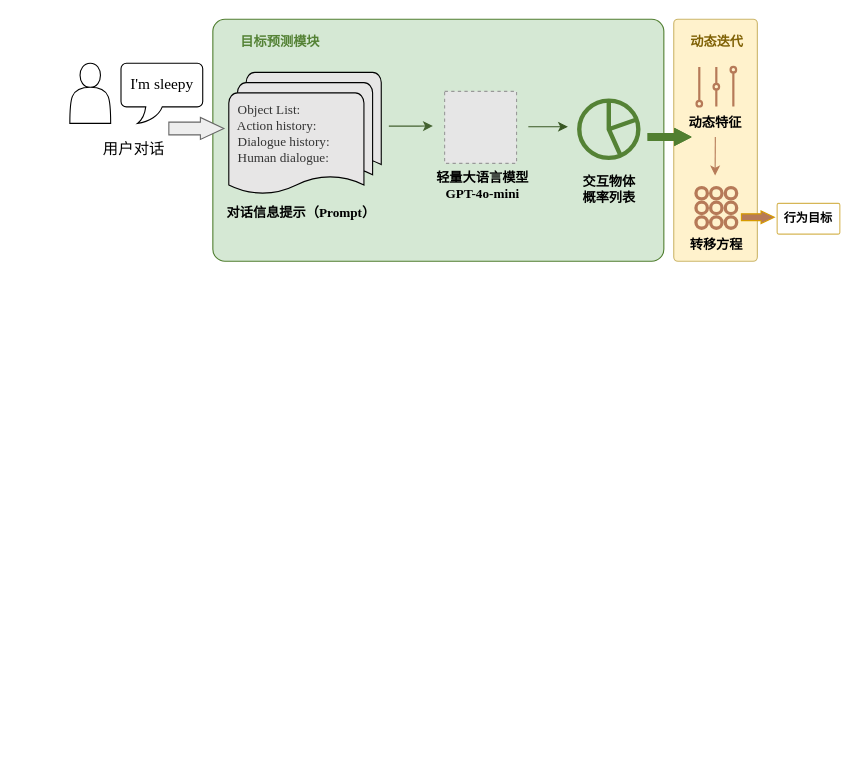
This is 去掉高级推理模块.drawio from Rinco1018/project_test, a draw.io file, before an edit. Source tidied: cells renumbered, new cells numbered last; positions are measured from the earlier drawing's top-left corner, leaving out a move shared by most shapes. Both pictures are drawn from the tidied source at 110%, with x=0, y=0 at pixel (19, 19). Pictures stored in the file or linked from it are replaced by grey dashed boxes.
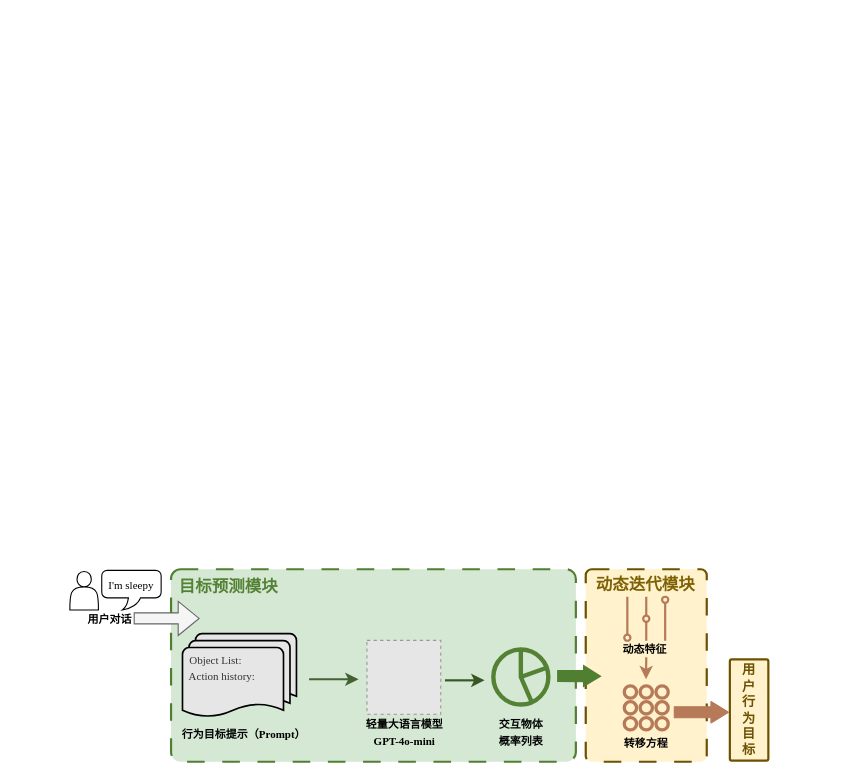
The same page after the edit.

Commit message:
更新去掉高级推理模块.drawio

What changed in the source:
```diff
@@
-    <mxCell id="2" style="rounded=1;arcSize=5;whiteSpace=wrap;html=1;fillColor=#fff2cc;strokeColor=light-dark(#ccb66b, #6d5100);" parent="1" vertex="1">
-      <mxGeometry x="595" width="76" height="220" as="geometry" />
-    </mxCell>
-    <mxCell id="3" style="rounded=1;arcSize=5;whiteSpace=wrap;html=1;fillColor=#d5e8d4;strokeColor=light-dark(#517f31, #446e2c);" parent="1" vertex="1">
-      <mxGeometry x="176" width="410" height="220" as="geometry" />
-    </mxCell>
-    <mxCell id="4" style="group;" parent="1" vertex="1">
-      <mxGeometry x="46" y="40" width="130" height="91.2" as="geometry" />
-    </mxCell>
-    <mxCell id="5" style="group;" parent="4" vertex="1">
-      <mxGeometry x="-46.4" width="176.4" height="80.2" as="geometry" />
-    </mxCell>
-    <mxCell id="6" style="shape=actor;whiteSpace=wrap;html=1;" parent="5" vertex="1">
-      <mxGeometry x="46.4" width="37.1" height="54.7" as="geometry" />
-    </mxCell>
+    <mxCell id="33" style="rounded=1;arcSize=5;whiteSpace=wrap;html=1;fillColor=#fff2cc;strokeColor=light-dark(#6D5100,#000000);strokeWidth=2;dashed=1;dashPattern=8 8;" parent="1" vertex="1">
+      <mxGeometry x="515" y="500" width="110" height="175" as="geometry" />
+    </mxCell>
+    <mxCell id="34" style="rounded=1;arcSize=5;whiteSpace=wrap;html=1;fillColor=#d5e8d4;strokeColor=light-dark(#517f31, #446e2c);strokeWidth=2;dashed=1;dashPattern=8 8;" parent="1" vertex="1">
+      <mxGeometry x="138" y="500" width="368" height="175" as="geometry" />
+    </mxCell>
+    <mxCell id="35" style="group;strokeWidth=24;" parent="1" vertex="1">
+      <mxGeometry x="152" y="553.2" width="117" height="109.7" as="geometry" />
+    </mxCell>
+    <mxCell id="36" style="text;html=1;align=center;verticalAlign=middle;strokeColor=none;fillColor=none;fontStyle=4;" parent="35" vertex="1">
+      <mxGeometry x="32.4" y="71" width="20" height="30" as="geometry" />
+    </mxCell>
+    <mxCell id="37" value="&lt;b&gt;&lt;font style=&quot;font-size: 10px;&quot; face=&quot;Times New Roman&quot;&gt;行为目标提示（Prompt）&lt;/font&gt;&lt;/b&gt;" style="text;html=1;align=center;verticalAlign=middle;strokeColor=none;fillColor=none;" parent="35" vertex="1">
+      <mxGeometry x="-14" y="83.7" width="131" height="26" as="geometry" />
+    </mxCell>
+    <mxCell id="38" value="&lt;div style=&quot;color: rgb(51, 51, 51);&quot;&gt;&lt;span style=&quot;background-color: transparent; color: light-dark(rgb(51, 51, 51), rgb(193, 193, 193));&quot;&gt;&lt;font style=&quot;font-size: 10px;&quot; face=&quot;Times New Roman&quot;&gt;&amp;nbsp; Object List:&lt;/font&gt;&lt;/span&gt;&lt;/div&gt;&lt;div style=&quot;color: rgb(51, 51, 51);&quot;&gt;&lt;font style=&quot;font-size: 10px;&quot; face=&quot;Times New Roman&quot;&gt;&amp;nbsp; Action history:&lt;/font&gt;&lt;/div&gt;&lt;div style=&quot;color: rgb(51, 51, 51);&quot;&gt;&lt;font style=&quot;font-size: 10px;&quot; face=&quot;Times New Roman&quot;&gt;&amp;nbsp;&amp;nbsp;&lt;/font&gt;&lt;/div&gt;" style="strokeWidth=1.5;html=1;shape=mxgraph.flowchart.multi-document;whiteSpace=wrap;align=left;fillColor=light-dark(#e7e6e6, #ededed);" parent="35" vertex="1">
+      <mxGeometry x="-3.6" y="5.3" width="103.6" height="76.4" as="geometry" />
+    </mxCell>
+    <mxCell id="13" value="&lt;font face=&quot;Times New Roman&quot;&gt;&lt;span style=&quot;font-size: 15px;&quot;&gt;目标预测模块&lt;/span&gt;&lt;/font&gt;" style="text;html=1;align=center;verticalAlign=middle;strokeColor=none;fillColor=none;fontColor=light-dark(#548235, #69c195);fontStyle=1;" parent="1" vertex="1">
+      <mxGeometry x="136" y="500" width="108" height="30" as="geometry" />
+    </mxCell>
+    <mxCell id="39" style="group;" parent="1" vertex="1">
+      <mxGeometry x="406" y="573" width="100" height="93" as="geometry" />
+    </mxCell>
+    <mxCell id="40" style="html=1;verticalLabelPosition=bottom;align=center;labelBackgroundColor=#ffffff;verticalAlign=top;strokeWidth=4;strokeColor=light-dark(#548235, #32a0ff);shadow=0;dashed=0;shape=mxgraph.ios7.icons.pie_chart;fillColor=light-dark(#d5e8d4, #ededed);fontStyle=0;" parent="39" vertex="1">
+      <mxGeometry x="25" width="50" height="50" as="geometry" />
+    </mxCell>
+    <mxCell id="22" value="&lt;b&gt;&lt;font style=&quot;font-size: 10px;&quot; face=&quot;Times New Roman&quot;&gt;交互物体&lt;/font&gt;&lt;/b&gt;&lt;div&gt;&lt;b&gt;&lt;font style=&quot;font-size: 10px;&quot; face=&quot;Times New Roman&quot;&gt;概率列表&lt;/font&gt;&lt;/b&gt;&lt;/div&gt;" style="text;html=1;align=center;verticalAlign=middle;strokeColor=none;fillColor=none;fontStyle=0;" parent="39" vertex="1">
+      <mxGeometry x="21" y="54.5" width="58" height="41" as="geometry" />
+    </mxCell>
+    <mxCell id="41" style="html=1;verticalLabelPosition=bottom;align=center;labelBackgroundColor=#ffffff;verticalAlign=top;strokeWidth=3;strokeColor=light-dark(#b67a58, #32a0ff);shadow=0;dashed=0;shape=mxgraph.ios7.icons.keypad;fillColor=none;" parent="1" vertex="1">
+      <mxGeometry x="550" y="606" width="40" height="40" as="geometry" />
+    </mxCell>
+    <mxCell id="42" value="&lt;font style=&quot;color: light-dark(rgb(109, 81, 0), rgb(237, 237, 237));&quot;&gt;&lt;b style=&quot;&quot;&gt;用&lt;/b&gt;&lt;/font&gt;&lt;div&gt;&lt;font style=&quot;color: light-dark(rgb(109, 81, 0), rgb(237, 237, 237));&quot;&gt;&lt;b&gt;户&lt;/b&gt;&lt;/font&gt;&lt;/div&gt;&lt;div&gt;&lt;font style=&quot;color: light-dark(rgb(109, 81, 0), rgb(237, 237, 237));&quot;&gt;&lt;b&gt;行&lt;/b&gt;&lt;/font&gt;&lt;/div&gt;&lt;div&gt;&lt;font style=&quot;color: light-dark(rgb(109, 81, 0), rgb(237, 237, 237));&quot;&gt;&lt;b&gt;为&lt;/b&gt;&lt;/font&gt;&lt;/div&gt;&lt;div&gt;&lt;font style=&quot;color: light-dark(rgb(109, 81, 0), rgb(237, 237, 237));&quot;&gt;&lt;b&gt;目&lt;/b&gt;&lt;/font&gt;&lt;/div&gt;&lt;div&gt;&lt;font style=&quot;color: light-dark(rgb(109, 81, 0), rgb(237, 237, 237));&quot;&gt;&lt;b style=&quot;&quot;&gt;标&lt;/b&gt;&lt;/font&gt;&lt;/div&gt;" style="rounded=1;arcSize=5;whiteSpace=wrap;html=1;fillColor=#fff2cc;strokeColor=light-dark(#6D5100,#000000);strokeWidth=2;align=center;verticalAlign=middle;fontFamily=Helvetica;fontSize=12;fontColor=default;" parent="1" vertex="1">
+      <mxGeometry x="646" y="582" width="35" height="92" as="geometry" />
+    </mxCell>
+    <mxCell id="26" value="&lt;b&gt;&lt;font style=&quot;font-size: 10px;&quot;&gt;转移方程&lt;/font&gt;&lt;/b&gt;" style="text;html=1;align=center;verticalAlign=middle;whiteSpace=wrap;rounded=0;" parent="1" vertex="1">
+      <mxGeometry x="540" y="643" width="60" height="30" as="geometry" />
+    </mxCell>
+    <mxCell id="43" style="shape=flexArrow;endArrow=classic;html=1;rounded=0;fillColor=light-dark(#517f31, #2566a8);strokeColor=light-dark(#517f31, #ededed);endWidth=8.045977011494253;endSize=4.83448275862069;" parent="1" edge="1">
+      <mxGeometry relative="1" as="geometry">
+        <mxPoint x="489" y="597" as="sourcePoint" />
+        <mxPoint x="529" y="597.2" as="targetPoint" />
+        <Array as="points">
+          <mxPoint x="489" y="597.2" />
+        </Array>
+      </mxGeometry>
+    </mxCell>
+    <mxCell id="44" value="&lt;font face=&quot;Times New Roman&quot;&gt;&lt;span style=&quot;font-size: 15px;&quot;&gt;动态迭代模块&lt;/span&gt;&lt;/font&gt;" style="text;html=1;align=center;verticalAlign=middle;strokeColor=none;fillColor=none;fontColor=light-dark(#7f6105, #69c195);fontStyle=1;" parent="1" vertex="1">
+      <mxGeometry x="514.1" y="498" width="110" height="30" as="geometry" />
+    </mxCell>
+    <mxCell id="45" style="html=1;verticalLabelPosition=bottom;align=center;labelBackgroundColor=#ffffff;verticalAlign=top;strokeWidth=2;strokeColor=light-dark(#b67a58, #32a0ff);shadow=0;dashed=0;shape=mxgraph.ios7.icons.volume;fillColor=light-dark(#fff2cc, #ededed);" parent="1" vertex="1">
+      <mxGeometry x="550" y="525" width="40" height="40" as="geometry" />
+    </mxCell>
+    <mxCell id="46" style="group;" parent="1" vertex="1">
+      <mxGeometry x="306.1" y="547.3" width="108.9" height="121.4" as="geometry" />
+    </mxCell>
+    <mxCell id="47" style="group;" parent="46" vertex="1">
+      <mxGeometry width="108.9" height="121.4" as="geometry" />
+    </mxCell>
+    <mxCell id="48" style="group;fontStyle=0;strokeWidth=2;" parent="47" vertex="1">
+      <mxGeometry width="108.9" height="121.4" as="geometry" />
+    </mxCell>
+    <mxCell id="17" value="&lt;b&gt;&lt;font style=&quot;font-size: 10px;&quot; face=&quot;Times New Roman&quot;&gt;轻量大语言模型&lt;/font&gt;&lt;/b&gt;&lt;div&gt;&lt;b&gt;&lt;font style=&quot;font-size: 10px;&quot; face=&quot;Times New Roman&quot;&gt;GPT-4o-mini&lt;/font&gt;&lt;/b&gt;&lt;/div&gt;" style="text;html=1;align=center;verticalAlign=middle;strokeColor=none;fillColor=none;" parent="48" vertex="1">
+      <mxGeometry x="-0.6" y="80.4" width="88" height="41" as="geometry" />
+    </mxCell>
+    <mxCell id="49" style="edgeStyle=orthogonalEdgeStyle;rounded=1;orthogonalLoop=1;jettySize=auto;html=1;fillColor=#1ba1e2;strokeColor=light-dark(#385723, #28ab6a);curved=0;strokeWidth=2;" parent="48" edge="1">
+      <mxGeometry relative="1" as="geometry">
+        <mxPoint x="80.9" y="53.7" as="sourcePoint" />
+        <mxPoint x="116.9" y="53.7" as="targetPoint" />
+        <Array as="points">
+          <mxPoint x="117.3" y="53.9" />
+          <mxPoint x="117.3" y="53.9" />
+        </Array>
+      </mxGeometry>
+    </mxCell>
+    <mxCell id="50" style="fillColor=#E6E6E6;strokeColor=#999999;dashed=1;html=1;verticalAlign=top;verticalLabelPosition=bottom;labelBackgroundColor=#ffffff;" parent="46" vertex="1">
+      <mxGeometry x="10" y="17.4" width="67.1" height="67.1" as="geometry" />
+    </mxCell>
+    <mxCell id="51" style="edgeStyle=orthogonalEdgeStyle;rounded=1;orthogonalLoop=1;jettySize=auto;html=1;fillColor=#1ba1e2;strokeColor=light-dark(#446230, #28ab6a);curved=0;strokeWidth=2;" parent="1" edge="1">
+      <mxGeometry relative="1" as="geometry">
+        <mxPoint x="263.5" y="600" as="sourcePoint" />
+        <mxPoint x="308.5" y="600" as="targetPoint" />
+      </mxGeometry>
+    </mxCell>
+    <mxCell id="29" value="&lt;b&gt;&lt;font style=&quot;font-size: 10px;&quot;&gt;动态特征&lt;/font&gt;&lt;/b&gt;" style="text;html=1;align=center;verticalAlign=middle;whiteSpace=wrap;rounded=0;" parent="1" vertex="1">
+      <mxGeometry x="539.1" y="558" width="60" height="30" as="geometry" />
+    </mxCell>
+    <mxCell id="52" style="edgeStyle=orthogonalEdgeStyle;rounded=1;orthogonalLoop=1;jettySize=auto;html=1;fillColor=#1ba1e2;strokeColor=light-dark(#b67b58, #28ab6a);curved=0;horizontal=1;strokeWidth=2;" parent="1" edge="1">
+      <mxGeometry relative="1" as="geometry">
+        <mxPoint x="570" y="580" as="sourcePoint" />
+        <mxPoint x="569.8" y="600" as="targetPoint" />
+      </mxGeometry>
+    </mxCell>
+    <mxCell id="53" style="shape=flexArrow;endArrow=classic;html=1;rounded=0;fillColor=light-dark(#b67a58, #36210a);strokeColor=light-dark(#b67a58, #996500);endWidth=8.045977011494253;endSize=4.83448275862069;" parent="1" edge="1">
+      <mxGeometry relative="1" as="geometry">
+        <mxPoint x="595" y="630" as="sourcePoint" />
+        <mxPoint x="645" y="630" as="targetPoint" />
+        <Array as="points">
+          <mxPoint x="605" y="630" />
+        </Array>
+      </mxGeometry>
+    </mxCell>
+    <mxCell id="54" style="shape=actor;whiteSpace=wrap;html=1;strokeWidth=1;" parent="1" vertex="1">
+      <mxGeometry x="46" y="502" width="26" height="35" as="geometry" />
+    </mxCell>
-    <mxCell id="7" value="&lt;font face=&quot;Times New Roman&quot; style=&quot;font-size: 14px;&quot;&gt;I'm sleepy&lt;/font&gt;" style="whiteSpace=wrap;html=1;shape=mxgraph.basic.roundRectCallout;dx=30;dy=15;size=5;boundedLbl=1;" parent="5" vertex="1">
-      <mxGeometry x="92.9" width="74.3" height="54.7" as="geometry" />
+    <mxCell id="7" value="&lt;font style=&quot;font-size: 10px;&quot; face=&quot;Times New Roman&quot;&gt;I'm sleepy&lt;/font&gt;" style="whiteSpace=wrap;html=1;shape=mxgraph.basic.roundRectCallout;dx=29.74;dy=11;size=5;boundedLbl=1;strokeWidth=1;" parent="1" vertex="1">
+      <mxGeometry x="75" y="501" width="54" height="36" as="geometry" />
     </mxCell>
-    <mxCell id="8" value="&lt;font face=&quot;Times New Roman&quot; style=&quot;font-size: 14px;&quot;&gt;用户对话&lt;/font&gt;" style="text;html=1;align=center;verticalAlign=middle;strokeColor=none;fillColor=none;" parent="4" vertex="1">
-      <mxGeometry x="21.4" y="64.7" width="74" height="29" as="geometry" />
+    <mxCell id="8" value="&lt;font style=&quot;font-size: 10px;&quot;&gt;&lt;b&gt;用户对话&lt;/b&gt;&lt;/font&gt;" style="text;html=1;align=center;verticalAlign=middle;strokeColor=none;fillColor=none;" parent="1" vertex="1">
+      <mxGeometry x="53" y="532" width="58" height="26" as="geometry" />
     </mxCell>
-    <mxCell id="9" style="group;strokeWidth=24;" parent="1" vertex="1">
-      <mxGeometry x="196" y="60" width="140" height="135.4" as="geometry" />
-    </mxCell>
-    <mxCell id="10" style="text;html=1;align=center;verticalAlign=middle;strokeColor=none;fillColor=none;fontStyle=4;" parent="9" vertex="1">
-      <mxGeometry x="49.9" y="100.5" width="20" height="30" as="geometry" />
-    </mxCell>
-    <mxCell id="11" value="&lt;b&gt;&lt;font face=&quot;Times New Roman&quot;&gt;对话信息提示（Prompt）&lt;/font&gt;&lt;/b&gt;" style="text;html=1;align=center;verticalAlign=middle;strokeColor=none;fillColor=none;" parent="9" vertex="1">
-      <mxGeometry x="-20.1" y="100.5" width="160" height="30" as="geometry" />
-    </mxCell>
-    <mxCell id="12" value="&lt;div style=&quot;color: rgb(51, 51, 51);&quot;&gt;&lt;span style=&quot;background-color: transparent; color: light-dark(rgb(51, 51, 51), rgb(193, 193, 193));&quot;&gt;&lt;font face=&quot;Times New Roman&quot;&gt;&amp;nbsp; Object List:&lt;/font&gt;&lt;/span&gt;&lt;/div&gt;&lt;div style=&quot;color: rgb(51, 51, 51);&quot;&gt;&lt;font face=&quot;Times New Roman&quot;&gt;&amp;nbsp; Action history:&lt;/font&gt;&lt;/div&gt;&lt;div style=&quot;color: rgb(51, 51, 51);&quot;&gt;&lt;font face=&quot;Times New Roman&quot;&gt;&amp;nbsp; Dialogue history:&lt;/font&gt;&lt;/div&gt;&lt;div style=&quot;color: rgb(51, 51, 51);&quot;&gt;&lt;font face=&quot;Times New Roman&quot;&gt;&amp;nbsp; Human dialogue:&lt;/font&gt;&lt;/div&gt;" style="strokeWidth=1;html=1;shape=mxgraph.flowchart.multi-document;whiteSpace=wrap;align=left;fillColor=light-dark(#e7e6e6, #ededed);" parent="9" vertex="1">
-      <mxGeometry x="-5.5" y="-11.7" width="138.6" height="112.2" as="geometry" />
-    </mxCell>
-    <mxCell id="13" value="&lt;font style=&quot;font-size: 12px;&quot; face=&quot;Times New Roman&quot;&gt;目标预测模块&lt;/font&gt;" style="text;html=1;align=center;verticalAlign=middle;strokeColor=none;fillColor=none;fontColor=light-dark(#548235, #69c195);fontStyle=1;fontSize=11;" parent="1" vertex="1">
-      <mxGeometry x="187" y="6" width="100" height="30" as="geometry" />
-    </mxCell>
-    <mxCell id="14" style="edgeStyle=orthogonalEdgeStyle;rounded=1;orthogonalLoop=1;jettySize=auto;html=1;fillColor=#1ba1e2;strokeColor=light-dark(#446230, #28ab6a);curved=0;" parent="1" edge="1">
-      <mxGeometry relative="1" as="geometry">
-        <mxPoint x="336" y="97.2" as="sourcePoint" />
-        <mxPoint x="376" y="97" as="targetPoint" />
-        <Array as="points">
-          <mxPoint x="357" y="97" />
-        </Array>
-      </mxGeometry>
-    </mxCell>
-    <mxCell id="15" style="group;" parent="1" vertex="1">
-      <mxGeometry x="376" y="50.6" width="99.9" height="110.4" as="geometry" />
-    </mxCell>
-    <mxCell id="16" style="group;fontStyle=0;strokeWidth=2;" parent="15" vertex="1">
-      <mxGeometry width="99.9" height="110.4" as="geometry" />
-    </mxCell>
-    <mxCell id="17" value="&lt;font face=&quot;Times New Roman&quot;&gt;&lt;b&gt;轻量大语言模型&lt;/b&gt;&lt;/font&gt;&lt;br&gt;&lt;div&gt;&lt;b&gt;&lt;font face=&quot;Times New Roman&quot;&gt;GPT-4o-mini&lt;/font&gt;&lt;/b&gt;&lt;/div&gt;" style="text;html=1;align=center;verticalAlign=middle;strokeColor=none;fillColor=none;" parent="16" vertex="1">
-      <mxGeometry x="-10.1" y="80.4" width="110" height="40" as="geometry" />
-    </mxCell>
-    <mxCell id="18" style="edgeStyle=orthogonalEdgeStyle;rounded=1;orthogonalLoop=1;jettySize=auto;html=1;fillColor=#1ba1e2;strokeColor=light-dark(#385723, #28ab6a);curved=0;" parent="1" edge="1">
-      <mxGeometry relative="1" as="geometry">
-        <mxPoint x="462.8" y="97.7" as="sourcePoint" />
-        <mxPoint x="498.8" y="97.7" as="targetPoint" />
-        <Array as="points">
-          <mxPoint x="499.1" y="97.9" />
-          <mxPoint x="499.1" y="97.9" />
-        </Array>
-      </mxGeometry>
-    </mxCell>
-    <mxCell id="19" style="fillColor=#E6E6E6;strokeColor=#999999;dashed=1;html=1;verticalAlign=top;verticalLabelPosition=bottom;labelBackgroundColor=#ffffff;" parent="1" vertex="1">
-      <mxGeometry x="386.7" y="65.6" width="65.4" height="65.4" as="geometry" />
-    </mxCell>
-    <mxCell id="20" style="group;" parent="1" vertex="1">
-      <mxGeometry x="486" y="74" width="115" height="87" as="geometry" />
-    </mxCell>
-    <mxCell id="21" style="html=1;verticalLabelPosition=bottom;align=center;labelBackgroundColor=#ffffff;verticalAlign=top;strokeWidth=4;strokeColor=light-dark(#548235, #32a0ff);shadow=0;dashed=0;shape=mxgraph.ios7.icons.pie_chart;fillColor=light-dark(#d5e8d4, #ededed);fontStyle=0;" parent="20" vertex="1">
-      <mxGeometry x="23.1" width="53.7" height="52" as="geometry" />
-    </mxCell>
-    <mxCell id="22" value="&lt;font face=&quot;Times New Roman&quot;&gt;&lt;b&gt;交互物体&lt;/b&gt;&lt;/font&gt;&lt;div&gt;&lt;font face=&quot;Times New Roman&quot;&gt;&lt;b&gt;概率列表&lt;/b&gt;&lt;/font&gt;&lt;/div&gt;" style="text;html=1;align=center;verticalAlign=middle;strokeColor=none;fillColor=none;fontStyle=0;" parent="20" vertex="1">
-      <mxGeometry x="15" y="61.1" width="70" height="40" as="geometry" />
-    </mxCell>
-    <mxCell id="23" style="shape=flexArrow;endArrow=classic;html=1;rounded=0;fillColor=light-dark(#517f31, #2566a8);strokeColor=light-dark(#517f31, #ededed);endWidth=8.045977011494253;endSize=4.570666666666667;width=6.133333333333334;" parent="20" edge="1">
-      <mxGeometry relative="1" as="geometry">
-        <mxPoint x="85" y="33" as="sourcePoint" />
-        <mxPoint x="125" y="33" as="targetPoint" />
-        <Array as="points">
-          <mxPoint x="90" y="33" />
-        </Array>
-      </mxGeometry>
-    </mxCell>
-    <mxCell id="24" style="shape=singleArrow;whiteSpace=wrap;html=1;fillColor=light-dark(#eeeeee, #1a1a1a);strokeColor=#666666;gradientColor=none;arrowWidth=0.5809999999999832;arrowSize=0.42666666666666686;" parent="1" vertex="1">
-      <mxGeometry x="136" y="89.3" width="50" height="20" as="geometry" />
-    </mxCell>
-    <mxCell id="25" style="html=1;verticalLabelPosition=bottom;align=center;labelBackgroundColor=#ffffff;verticalAlign=top;strokeWidth=3;strokeColor=light-dark(#b67a58, #32a0ff);shadow=0;dashed=0;shape=mxgraph.ios7.icons.keypad;fillColor=none;" parent="1" vertex="1">
-      <mxGeometry x="615.2" y="153" width="37" height="37" as="geometry" />
-    </mxCell>
-    <mxCell id="26" value="&lt;b&gt;转移方程&lt;/b&gt;" style="text;html=1;align=center;verticalAlign=middle;whiteSpace=wrap;rounded=0;" parent="1" vertex="1">
-      <mxGeometry x="603.7" y="190" width="60" height="30" as="geometry" />
-    </mxCell>
-    <mxCell id="27" value="&lt;font face=&quot;Times New Roman&quot;&gt;&lt;span&gt;动态迭代&lt;/span&gt;&lt;/font&gt;" style="text;html=1;align=center;verticalAlign=middle;strokeColor=none;fillColor=none;fontColor=light-dark(#7f6105, #69c195);fontStyle=1;fontSize=12;" parent="1" vertex="1">
-      <mxGeometry x="599" y="6" width="70" height="30" as="geometry" />
-    </mxCell>
-    <mxCell id="28" style="html=1;verticalLabelPosition=bottom;align=center;labelBackgroundColor=#ffffff;verticalAlign=top;strokeWidth=2;strokeColor=light-dark(#b67a58, #32a0ff);shadow=0;dashed=0;shape=mxgraph.ios7.icons.volume;fillColor=light-dark(#fff2cc, #ededed);" parent="1" vertex="1">
-      <mxGeometry x="615.7" y="43.3" width="36" height="36" as="geometry" />
-    </mxCell>
-    <mxCell id="29" value="&lt;b&gt;动态特征&lt;/b&gt;" style="text;html=1;align=center;verticalAlign=middle;whiteSpace=wrap;rounded=0;" parent="1" vertex="1">
-      <mxGeometry x="602.9" y="79.3" width="60" height="30" as="geometry" />
-    </mxCell>
-    <mxCell id="30" style="edgeStyle=orthogonalEdgeStyle;rounded=1;orthogonalLoop=1;jettySize=auto;html=1;fillColor=#1ba1e2;strokeColor=light-dark(#b67b58, #28ab6a);curved=0;horizontal=1;" parent="1" edge="1">
-      <mxGeometry relative="1" as="geometry">
-        <mxPoint x="632.8" y="107" as="sourcePoint" />
-        <mxPoint x="632.6" y="142" as="targetPoint" />
-      </mxGeometry>
-    </mxCell>
-    <mxCell id="31" style="shape=flexArrow;endArrow=classic;html=1;rounded=0;fillColor=light-dark(#b67a58, #36210a);strokeColor=#d79b00;endWidth=4.310077519379845;endSize=3.686253369272237;width=6.199460916442049;" parent="1" edge="1">
-      <mxGeometry relative="1" as="geometry">
-        <mxPoint x="656" y="180" as="sourcePoint" />
-        <mxPoint x="686.9" y="180" as="targetPoint" />
-      </mxGeometry>
-    </mxCell>
-    <mxCell id="32" value="&lt;b&gt;&lt;font style=&quot;font-size: 11px;&quot;&gt;行为目标&lt;/font&gt;&lt;/b&gt;" style="rounded=1;arcSize=5;whiteSpace=wrap;html=1;fillColor=none;strokeColor=#d6b656;" parent="1" vertex="1">
-      <mxGeometry x="689" y="167.4" width="57" height="27.9" as="geometry" />
-    </mxCell>
+    <mxCell id="55" style="shape=flexArrow;endArrow=classic;html=1;rounded=0;fillColor=#f5f5f5;strokeColor=#666666;" parent="1" edge="1">
+      <mxGeometry relative="1" as="geometry">
+        <mxPoint x="104" y="544.7" as="sourcePoint" />
+        <mxPoint x="164" y="544.7" as="targetPoint" />
+      </mxGeometry>
+    </mxCell>
```
